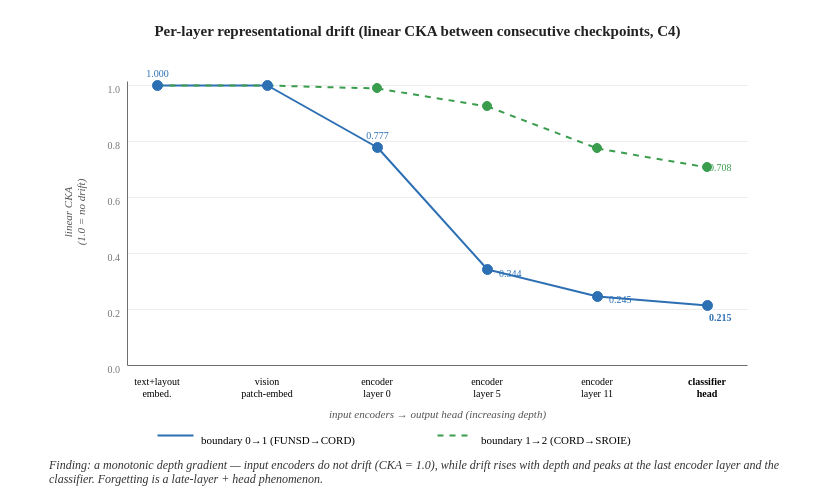
hoangthanh283/CLUE keeps this draw.io diagram as thesis/figures_src/drawio/diag_cka_depth.drawio. Above is the earlier version. Source tidied: cells renumbered, new cells numbered last; positions are measured from the earlier drawing's top-left corner, leaving out a move shared by most shapes. Both pictures are drawn from the tidied source at 100%, with x=0, y=0 at pixel (17, 17).
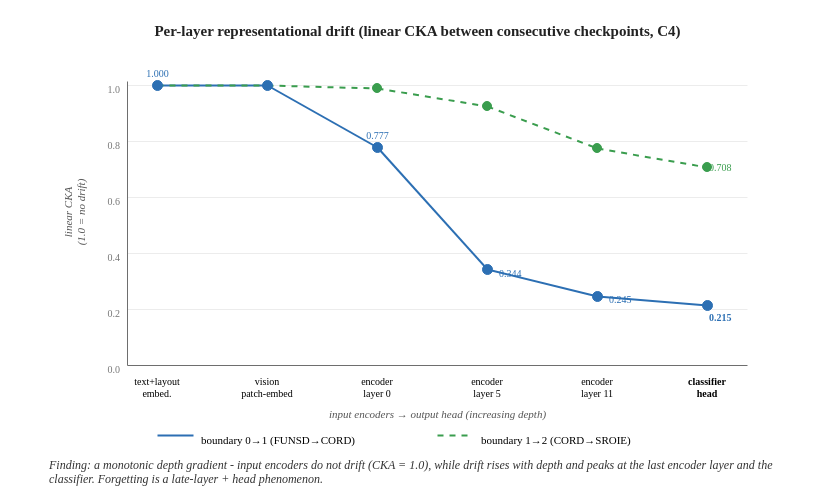
The same diagram, later.

Change to the diagram source:
```diff
@@
-    <mxCell id="54" value="Finding: a monotonic depth gradient — input encoders do not drift (CKA = 1.0), while drift rises with depth and peaks at the last encoder layer and the classifier. Forgetting is a late-layer + head phenomenon." style="text;html=1;align=left;fontFamily=Times New Roman;fontSize=12;fontStyle=2;fontColor=#333333;whiteSpace=wrap;" parent="1" vertex="1">
+    <mxCell id="54" value="Finding: a monotonic depth gradient - input encoders do not drift (CKA = 1.0), while drift rises with depth and peaks at the last encoder layer and the classifier. Forgetting is a late-layer + head phenomenon." style="text;html=1;align=left;fontFamily=Times New Roman;fontSize=12;fontStyle=2;fontColor=#333333;whiteSpace=wrap;" parent="1" vertex="1">
       <mxGeometry x="30" y="434" width="740" height="32" as="geometry" />
     </mxCell>
```
